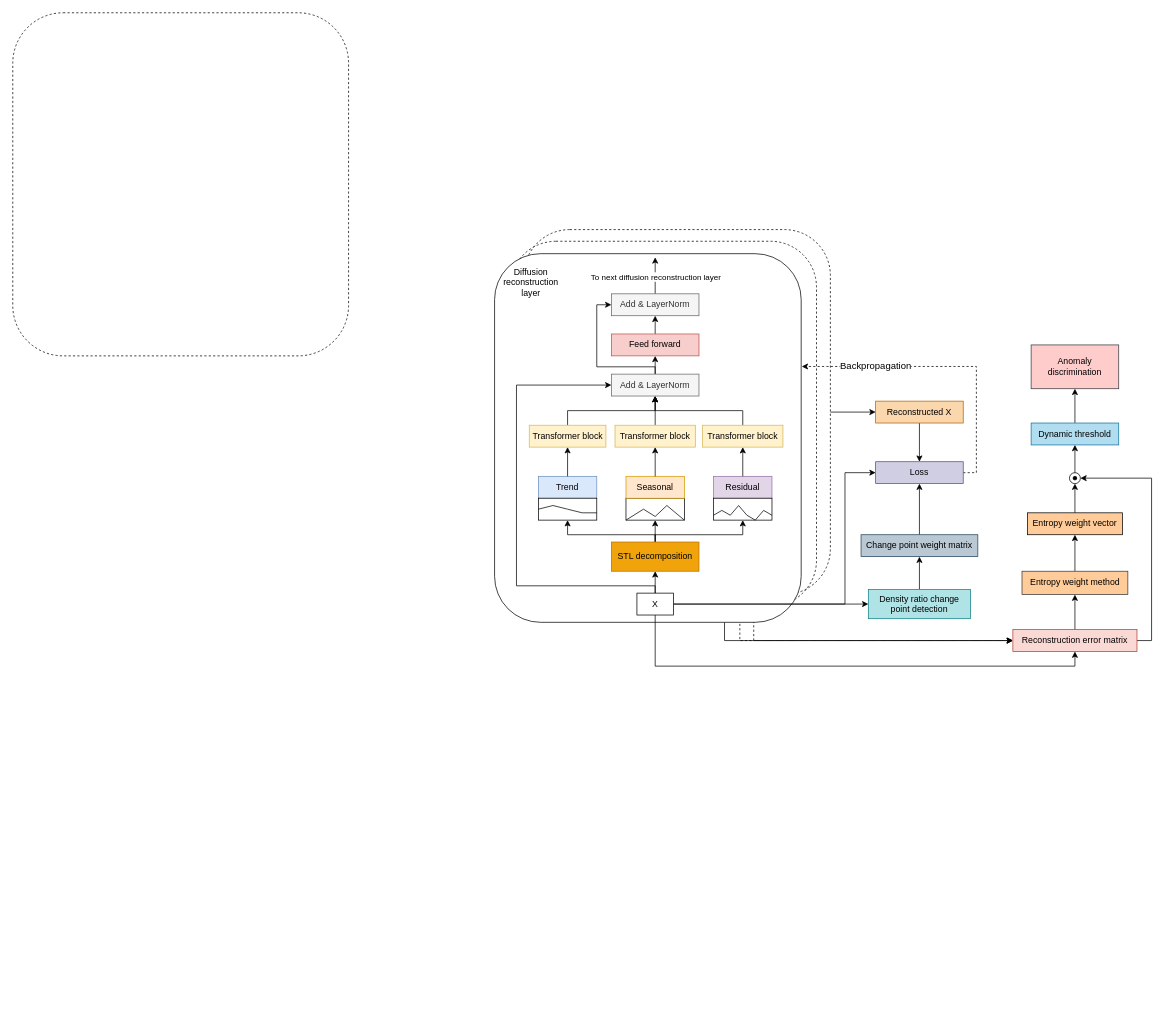
Before: thesis_expe3.drawio in KnightCheng4/Draw, a draw.io diagram. Source tidied: cells renumbered, new cells numbered last; positions are measured from the earlier drawing's top-left corner, leaving out a move shared by most shapes. Both pictures are drawn from the tidied source at 73%, with x=0, y=0 at pixel (12, 12).
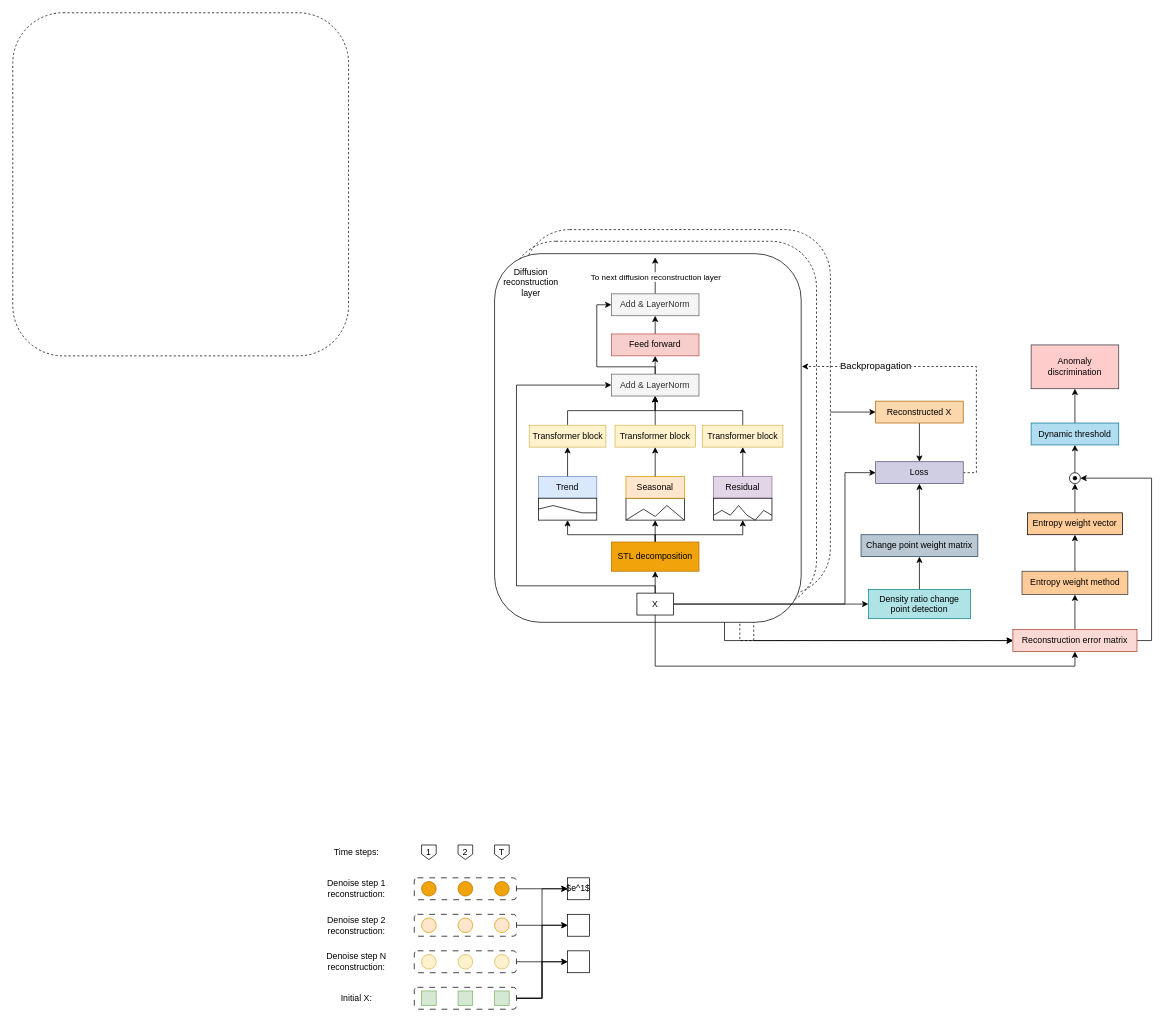
The same page after the edit.

Diff of the diagram source:
```diff
@@
+    <mxCell id="88" style="edgeStyle=orthogonalEdgeStyle;rounded=0;jettySize=auto;html=1;exitX=1;exitY=0.5;exitDx=0;exitDy=0;entryX=0;entryY=0.5;entryDx=0;entryDy=0;" parent="1" edge="1" source="89" target="118">
+      <mxGeometry relative="1" as="geometry" />
+    </mxCell>
+    <mxCell id="89" style="rounded=1;whiteSpace=wrap;html=1;fillColor=none;dashed=1;dashPattern=8 8;" parent="1" vertex="1">
+      <mxGeometry x="550" y="1185" width="140" height="30" as="geometry" />
+    </mxCell>
@@
+    <mxCell id="90" value="Time steps:" style="text;html=1;align=center;verticalAlign=middle;whiteSpace=wrap;rounded=0;" parent="1" vertex="1">
+      <mxGeometry x="421" y="1135" width="100" height="30" as="geometry" />
+    </mxCell>
+    <mxCell id="91" value="Denoise step 1 reconstruction:" style="text;html=1;align=center;verticalAlign=middle;whiteSpace=wrap;rounded=0;" parent="1" vertex="1">
+      <mxGeometry x="406" y="1185" width="130" height="30" as="geometry" />
+    </mxCell>
+    <mxCell id="92" value="Denoise step 2 reconstruction:" style="text;html=1;align=center;verticalAlign=middle;whiteSpace=wrap;rounded=0;" parent="1" vertex="1">
+      <mxGeometry x="406" y="1235" width="130" height="30" as="geometry" />
+    </mxCell>
+    <mxCell id="93" value="Denoise step N reconstruction:" style="text;html=1;align=center;verticalAlign=middle;whiteSpace=wrap;rounded=0;" parent="1" vertex="1">
+      <mxGeometry x="406" y="1285" width="130" height="30" as="geometry" />
+    </mxCell>
+    <mxCell id="94" value="Initial X:" style="text;html=1;align=center;verticalAlign=middle;whiteSpace=wrap;rounded=0;" parent="1" vertex="1">
+      <mxGeometry x="421" y="1335" width="100" height="30" as="geometry" />
+    </mxCell>
+    <mxCell id="95" style="ellipse;whiteSpace=wrap;html=1;fillColor=#f0a30a;fontColor=#000000;strokeColor=#BD7000;" parent="1" vertex="1">
+      <mxGeometry x="560" y="1190" width="20" height="20" as="geometry" />
+    </mxCell>
+    <mxCell id="96" style="whiteSpace=wrap;html=1;fillColor=#d5e8d4;strokeColor=#82b366;" parent="1" vertex="1">
+      <mxGeometry x="560" y="1340" width="20" height="20" as="geometry" />
+    </mxCell>
+    <mxCell id="97" style="whiteSpace=wrap;html=1;fillColor=#d5e8d4;strokeColor=#82b366;" parent="1" vertex="1">
+      <mxGeometry x="610" y="1340" width="20" height="20" as="geometry" />
+    </mxCell>
+    <mxCell id="98" style="whiteSpace=wrap;html=1;fillColor=#d5e8d4;strokeColor=#82b366;" parent="1" vertex="1">
+      <mxGeometry x="660" y="1340" width="20" height="20" as="geometry" />
+    </mxCell>
+    <mxCell id="99" style="ellipse;whiteSpace=wrap;html=1;fillColor=#f0a30a;strokeColor=#BD7000;align=center;verticalAlign=middle;fontFamily=Helvetica;fontSize=12;fontColor=#000000;" parent="1" vertex="1">
+      <mxGeometry x="610" y="1190" width="20" height="20" as="geometry" />
+    </mxCell>
+    <mxCell id="100" style="ellipse;whiteSpace=wrap;html=1;strokeColor=#BD7000;align=center;verticalAlign=middle;fontFamily=Helvetica;fontSize=12;fontColor=#000000;fillColor=#f0a30a;" parent="1" vertex="1">
+      <mxGeometry x="660" y="1190" width="20" height="20" as="geometry" />
+    </mxCell>
+    <mxCell id="101" style="ellipse;whiteSpace=wrap;html=1;fillColor=#ffe6cc;strokeColor=#d79b00;" parent="1" vertex="1">
+      <mxGeometry x="560" y="1240" width="20" height="20" as="geometry" />
+    </mxCell>
+    <mxCell id="102" style="ellipse;whiteSpace=wrap;html=1;fillColor=#ffe6cc;strokeColor=#d79b00;" parent="1" vertex="1">
+      <mxGeometry x="610" y="1240" width="20" height="20" as="geometry" />
+    </mxCell>
+    <mxCell id="103" style="ellipse;whiteSpace=wrap;html=1;fillColor=#ffe6cc;strokeColor=#d79b00;" parent="1" vertex="1">
+      <mxGeometry x="660" y="1240" width="20" height="20" as="geometry" />
+    </mxCell>
+    <mxCell id="104" style="ellipse;whiteSpace=wrap;html=1;fillColor=#fff2cc;strokeColor=#d6b656;" parent="1" vertex="1">
+      <mxGeometry x="610" y="1290" width="20" height="20" as="geometry" />
+    </mxCell>
+    <mxCell id="105" style="ellipse;whiteSpace=wrap;html=1;fillColor=#fff2cc;strokeColor=#d6b656;" parent="1" vertex="1">
+      <mxGeometry x="560" y="1290" width="20" height="20" as="geometry" />
+    </mxCell>
+    <mxCell id="106" style="ellipse;whiteSpace=wrap;html=1;fillColor=#fff2cc;strokeColor=#d6b656;" parent="1" vertex="1">
+      <mxGeometry x="660" y="1290" width="20" height="20" as="geometry" />
+    </mxCell>
+    <mxCell id="107" value="1" style="shape=offPageConnector;whiteSpace=wrap;html=1;" parent="1" vertex="1">
+      <mxGeometry x="560" y="1140" width="20" height="20" as="geometry" />
+    </mxCell>
+    <mxCell id="108" value="2" style="shape=offPageConnector;whiteSpace=wrap;html=1;" parent="1" vertex="1">
+      <mxGeometry x="610" y="1140" width="20" height="20" as="geometry" />
+    </mxCell>
+    <mxCell id="109" value="T" style="shape=offPageConnector;whiteSpace=wrap;html=1;" parent="1" vertex="1">
+      <mxGeometry x="660" y="1140" width="20" height="20" as="geometry" />
+    </mxCell>
+    <mxCell id="110" style="edgeStyle=orthogonalEdgeStyle;rounded=0;jettySize=auto;html=1;exitX=1;exitY=0.5;exitDx=0;exitDy=0;entryX=0;entryY=0.5;entryDx=0;entryDy=0;" parent="1" edge="1" source="111" target="119">
+      <mxGeometry relative="1" as="geometry" />
+    </mxCell>
+    <mxCell id="111" style="rounded=1;whiteSpace=wrap;html=1;fillColor=none;dashed=1;dashPattern=8 8;" parent="1" vertex="1">
+      <mxGeometry x="550" y="1235" width="140" height="30" as="geometry" />
+    </mxCell>
+    <mxCell id="112" style="edgeStyle=orthogonalEdgeStyle;rounded=0;jettySize=auto;html=1;exitX=1;exitY=0.5;exitDx=0;exitDy=0;entryX=0;entryY=0.5;entryDx=0;entryDy=0;" parent="1" edge="1" source="113" target="120">
+      <mxGeometry relative="1" as="geometry" />
+    </mxCell>
+    <mxCell id="113" style="rounded=1;whiteSpace=wrap;html=1;fillColor=none;dashed=1;dashPattern=8 8;" parent="1" vertex="1">
+      <mxGeometry x="550" y="1285" width="140" height="30" as="geometry" />
+    </mxCell>
+    <mxCell id="114" style="edgeStyle=orthogonalEdgeStyle;rounded=0;jettySize=auto;html=1;exitX=1;exitY=0.5;exitDx=0;exitDy=0;entryX=0;entryY=0.5;entryDx=0;entryDy=0;" parent="1" edge="1" source="117" target="118">
+      <mxGeometry relative="1" as="geometry" />
+    </mxCell>
+    <mxCell id="115" style="edgeStyle=orthogonalEdgeStyle;rounded=0;jettySize=auto;html=1;exitX=1;exitY=0.5;exitDx=0;exitDy=0;entryX=0;entryY=0.5;entryDx=0;entryDy=0;" parent="1" edge="1" source="117" target="119">
+      <mxGeometry relative="1" as="geometry" />
+    </mxCell>
+    <mxCell id="116" style="edgeStyle=orthogonalEdgeStyle;rounded=0;jettySize=auto;html=1;exitX=1;exitY=0.5;exitDx=0;exitDy=0;entryX=0;entryY=0.5;entryDx=0;entryDy=0;" parent="1" edge="1" source="117" target="120">
+      <mxGeometry relative="1" as="geometry" />
+    </mxCell>
+    <mxCell id="117" style="rounded=1;whiteSpace=wrap;html=1;fillColor=none;dashed=1;dashPattern=8 8;" parent="1" vertex="1">
+      <mxGeometry x="550" y="1335" width="140" height="30" as="geometry" />
+    </mxCell>
+    <mxCell id="118" value="$e^1$" style="rounded=0;whiteSpace=wrap;html=1;" parent="1" vertex="1">
+      <mxGeometry x="760" y="1185" width="30" height="30" as="geometry" />
+    </mxCell>
+    <mxCell id="119" style="rounded=0;whiteSpace=wrap;html=1;" parent="1" vertex="1">
+      <mxGeometry x="760" y="1235" width="30" height="30" as="geometry" />
+    </mxCell>
+    <mxCell id="120" style="rounded=0;whiteSpace=wrap;html=1;" parent="1" vertex="1">
+      <mxGeometry x="760" y="1285" width="30" height="30" as="geometry" />
+    </mxCell>
```
